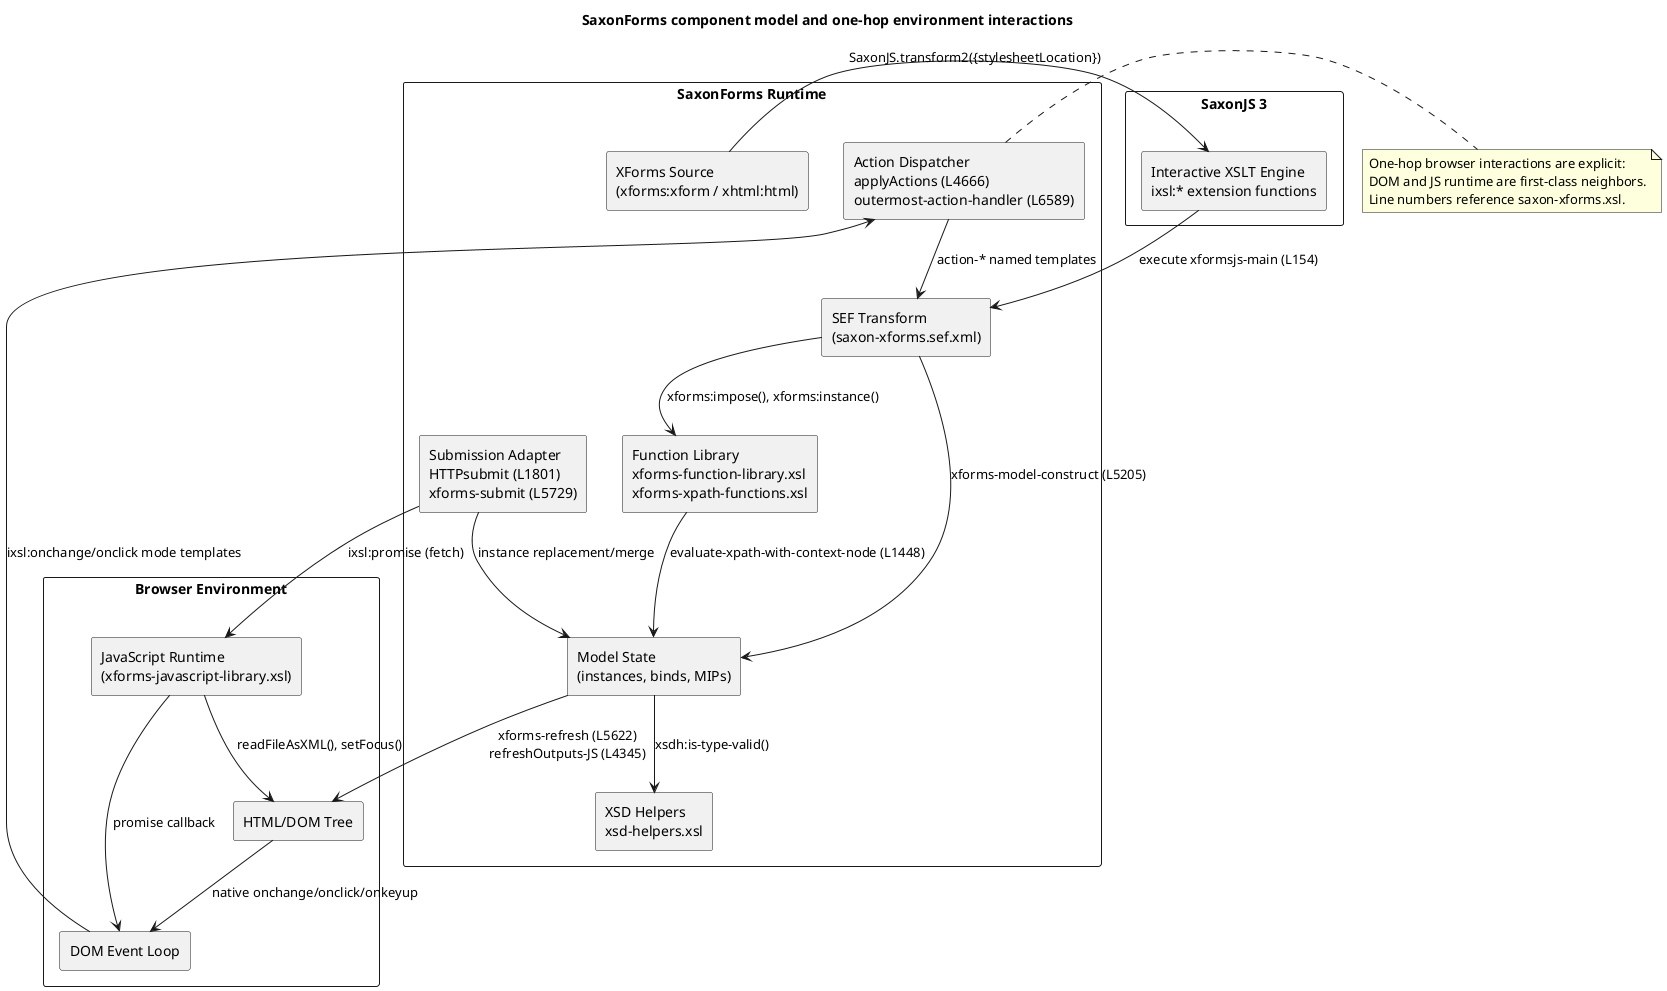
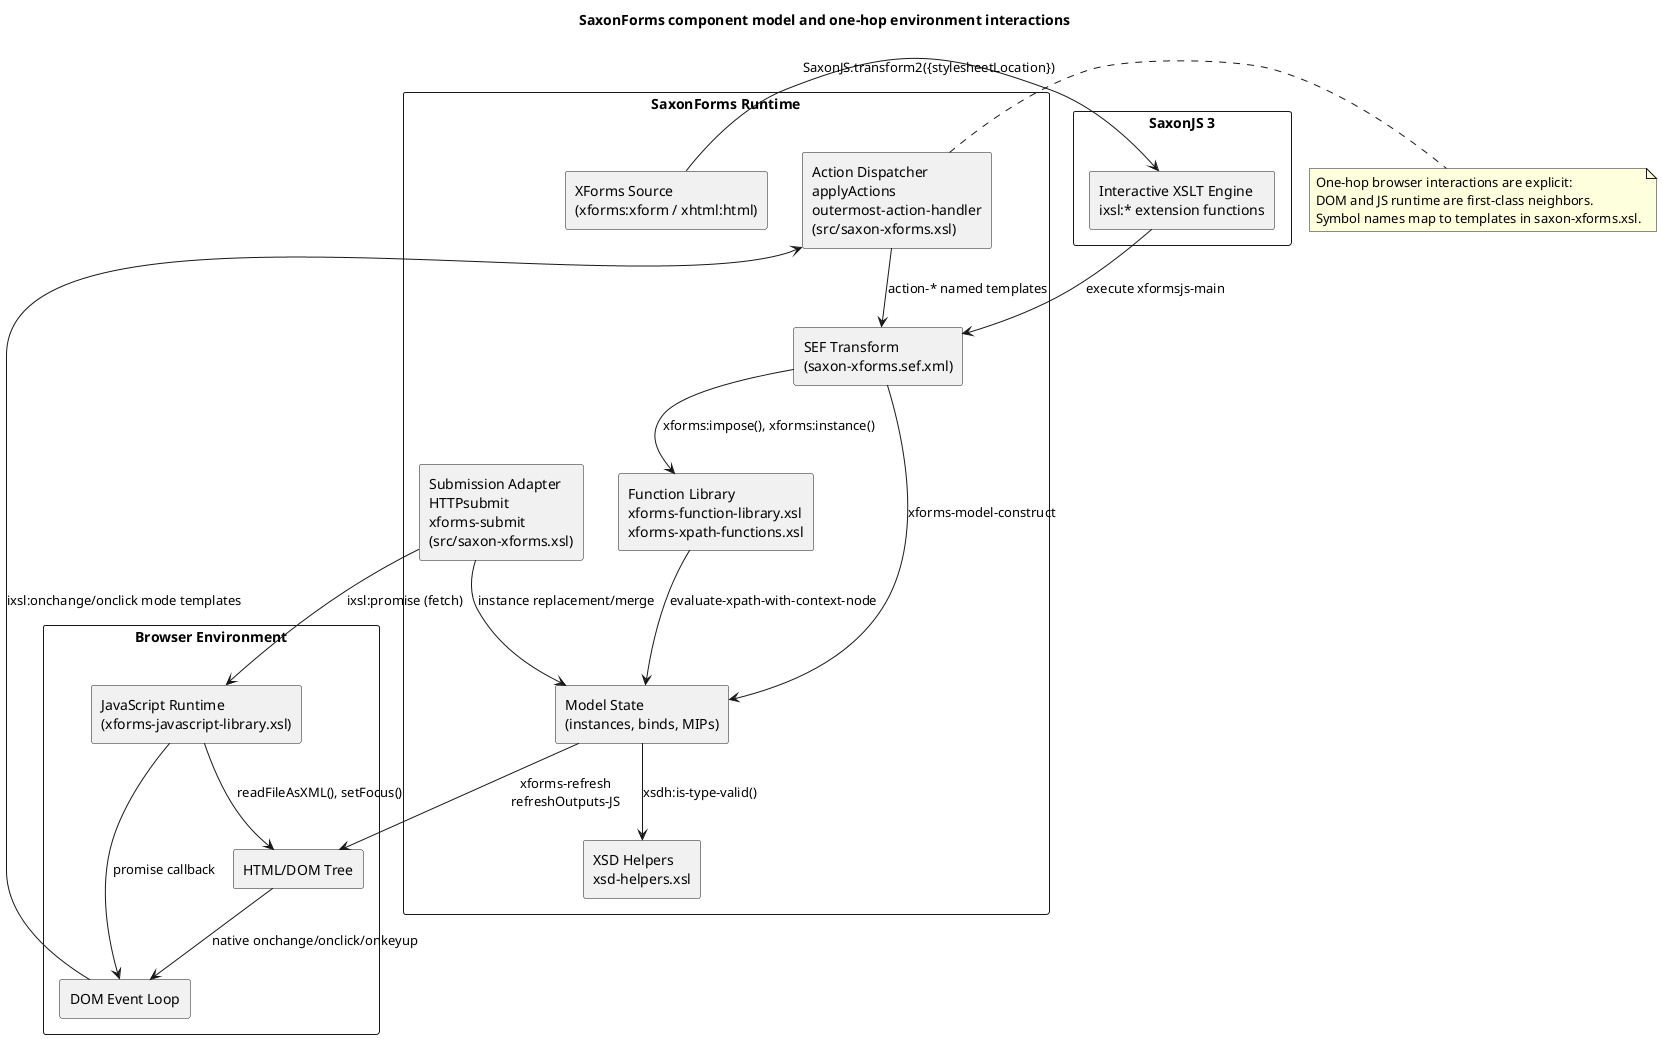
@startuml
title SaxonForms component model and one-hop environment interactions
skinparam componentStyle rectangle
skinparam packageStyle rectangle

package "Browser Environment" {
  [HTML/DOM Tree] as DOM
  [DOM Event Loop] as EVENT_LOOP
  [JavaScript Runtime\n(xforms-javascript-library.xsl)] as JS_RUNTIME
}

package "SaxonForms Runtime" {
  [XForms Source\n(xforms:xform / xhtml:html)] as XFORMS_SOURCE
  [SEF Transform\n(saxon-xforms.sef.xml)] as SEF
  [Model State\n(instances, binds, MIPs)] as MODEL_STATE
-   [Action Dispatcher\napplyActions (L4666)\noutermost-action-handler (L6589)] as ACTIONS
-   [Submission Adapter\nHTTPsubmit (L1801)\nxforms-submit (L5729)] as SUBMISSION
+   [Action Dispatcher\napplyActions\noutermost-action-handler\n(src/saxon-xforms.xsl)] as ACTIONS
+   [Submission Adapter\nHTTPsubmit\nxforms-submit\n(src/saxon-xforms.xsl)] as SUBMISSION
  [Function Library\nxforms-function-library.xsl\nxforms-xpath-functions.xsl] as FUNC_LIB
  [XSD Helpers\nxsd-helpers.xsl] as XSD
}

package "SaxonJS 3" {
  [Interactive XSLT Engine\nixsl:* extension functions] as SAXONJS
}

XFORMS_SOURCE --> SAXONJS : "SaxonJS.transform2({stylesheetLocation})"
- SAXONJS --> SEF : execute xformsjs-main (L154)
- SEF --> MODEL_STATE : xforms-model-construct (L5205)
+ SAXONJS --> SEF : execute xformsjs-main
+ SEF --> MODEL_STATE : xforms-model-construct
SEF --> FUNC_LIB : xforms:impose(), xforms:instance()
- FUNC_LIB --> MODEL_STATE : evaluate-xpath-with-context-node (L1448)
+ FUNC_LIB --> MODEL_STATE : evaluate-xpath-with-context-node
MODEL_STATE --> XSD : xsdh:is-type-valid()
- MODEL_STATE --> DOM : xforms-refresh (L5622)\nrefreshOutputs-JS (L4345)
+ MODEL_STATE --> DOM : xforms-refresh\nrefreshOutputs-JS
DOM --> EVENT_LOOP : native onchange/onclick/onkeyup
EVENT_LOOP --> ACTIONS : ixsl:onchange/onclick mode templates
ACTIONS --> SEF : action-* named templates
SUBMISSION --> JS_RUNTIME : ixsl:promise (fetch)
SUBMISSION --> MODEL_STATE : instance replacement/merge
JS_RUNTIME --> EVENT_LOOP : promise callback
JS_RUNTIME --> DOM : readFileAsXML(), setFocus()

note right of ACTIONS
One-hop browser interactions are explicit:
DOM and JS runtime are first-class neighbors.
- Line numbers reference saxon-xforms.xsl.
+ Symbol names map to templates in saxon-xforms.xsl.
end note
@enduml
